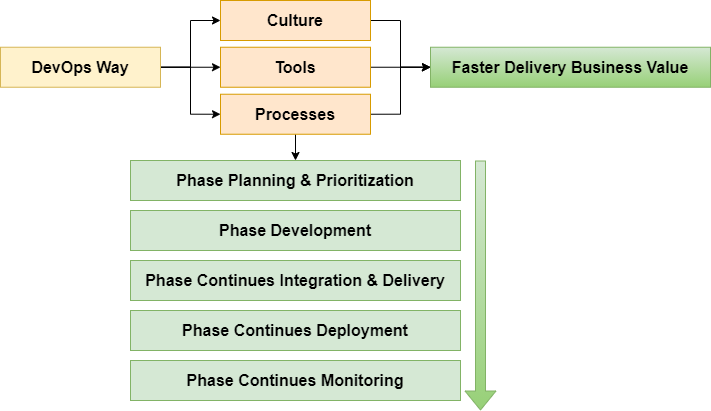
The draw.io diagram asset/DevOps-Way2.png in gungunfebrianza/Belajar-Dengan-Jenius-DevOps, before a commit. Source tidied: cells renumbered, new cells last; positions are measured from the earlier drawing's top-left corner, leaving out a move shared by most shapes.
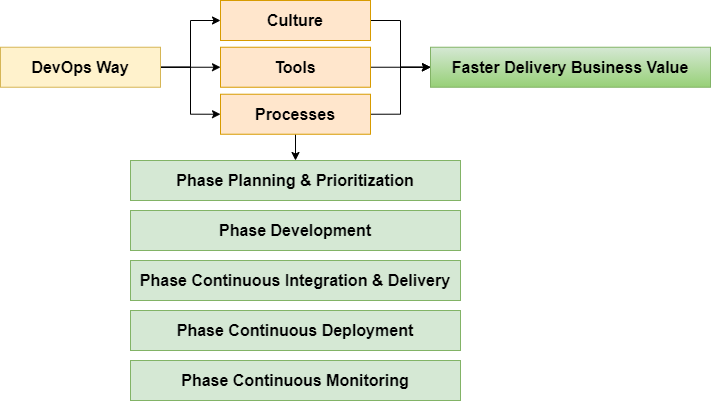
After the commit.

Change to the diagram source:
```diff
@@ -41,23 +41,17 @@
     <mxCell id="14" value="&lt;font style=&quot;font-size: 16px&quot;&gt;&lt;b&gt;Phase Development&lt;/b&gt;&lt;b&gt;&lt;br&gt;&lt;/b&gt;&lt;/font&gt;" style="rounded=0;whiteSpace=wrap;html=1;fillColor=#d5e8d4;strokeColor=#82b366;" parent="1" vertex="1">
       <mxGeometry x="130" y="210" width="330" height="40" as="geometry" />
     </mxCell>
-    <mxCell id="15" value="&lt;font style=&quot;font-size: 16px&quot;&gt;&lt;b&gt;Phase Continues Integration &amp;amp; Delivery&lt;/b&gt;&lt;b&gt;&lt;br&gt;&lt;/b&gt;&lt;/font&gt;" style="rounded=0;whiteSpace=wrap;html=1;fillColor=#d5e8d4;strokeColor=#82b366;" parent="1" vertex="1">
-      <mxGeometry x="130" y="260" width="330" height="40" as="geometry" />
-    </mxCell>
-    <mxCell id="16" value="&lt;font style=&quot;font-size: 16px&quot;&gt;&lt;b&gt;Phase Continues Deployment&lt;/b&gt;&lt;b&gt;&lt;br&gt;&lt;/b&gt;&lt;/font&gt;" style="rounded=0;whiteSpace=wrap;html=1;fillColor=#d5e8d4;strokeColor=#82b366;" parent="1" vertex="1">
-      <mxGeometry x="130" y="310" width="330" height="40" as="geometry" />
-    </mxCell>
-    <mxCell id="17" value="&lt;font style=&quot;font-size: 16px&quot;&gt;&lt;b&gt;Phase Continues Monitoring&lt;/b&gt;&lt;b&gt;&lt;br&gt;&lt;/b&gt;&lt;/font&gt;" style="rounded=0;whiteSpace=wrap;html=1;fillColor=#d5e8d4;strokeColor=#82b366;" parent="1" vertex="1">
-      <mxGeometry x="130" y="360" width="330" height="40" as="geometry" />
-    </mxCell>
+    <mxCell id="20" value="&lt;font style=&quot;font-size: 16px&quot;&gt;&lt;b&gt;Phase&amp;nbsp;&lt;/b&gt;&lt;b&gt;Continuous&amp;nbsp;&lt;/b&gt;&lt;b&gt;Integration &amp;amp; Delivery&lt;/b&gt;&lt;b&gt;&lt;br&gt;&lt;/b&gt;&lt;/font&gt;" style="rounded=0;whiteSpace=wrap;html=1;fillColor=#d5e8d4;strokeColor=#82b366;" parent="1" vertex="1">
+      <mxGeometry x="130" y="260" width="330" height="40" as="geometry" />
+    </mxCell>
+    <mxCell id="21" value="&lt;font style=&quot;font-size: 16px&quot;&gt;&lt;b&gt;Phase Continuous Deployment&lt;/b&gt;&lt;b&gt;&lt;br&gt;&lt;/b&gt;&lt;/font&gt;" style="rounded=0;whiteSpace=wrap;html=1;fillColor=#d5e8d4;strokeColor=#82b366;" parent="1" vertex="1">
+      <mxGeometry x="130" y="310" width="330" height="40" as="geometry" />
+    </mxCell>
+    <mxCell id="22" value="&lt;font style=&quot;font-size: 16px&quot;&gt;&lt;b&gt;Phase&amp;nbsp;&lt;/b&gt;&lt;b&gt;Continuous&lt;/b&gt;&lt;b&gt;&amp;nbsp;Monitoring&lt;/b&gt;&lt;b&gt;&lt;br&gt;&lt;/b&gt;&lt;/font&gt;" style="rounded=0;whiteSpace=wrap;html=1;fillColor=#d5e8d4;strokeColor=#82b366;" parent="1" vertex="1">
+      <mxGeometry x="130" y="360" width="330" height="40" as="geometry" />
+    </mxCell>
     <mxCell id="18" value="&lt;font style=&quot;font-size: 16px&quot;&gt;&lt;b&gt;Faster Delivery Business Value&lt;br&gt;&lt;/b&gt;&lt;/font&gt;" style="rounded=0;whiteSpace=wrap;html=1;fillColor=#d5e8d4;strokeColor=#82b366;gradientColor=#97d077;" parent="1" vertex="1">
       <mxGeometry x="430" y="46.7" width="280" height="40" as="geometry" />
     </mxCell>
-    <mxCell id="19" style="shape=flexArrow;endArrow=classic;html=1;strokeWidth=1;fillColor=#d5e8d4;strokeColor=#82b366;gradientColor=#97d077;" parent="1" edge="1">
-      <mxGeometry x="2503.4" y="284" as="geometry">
-        <mxPoint x="480" y="160" as="sourcePoint" />
-        <mxPoint x="480" y="410" as="targetPoint" />
-      </mxGeometry>
-    </mxCell>
   </root>
 </mxGraphModel>
```
